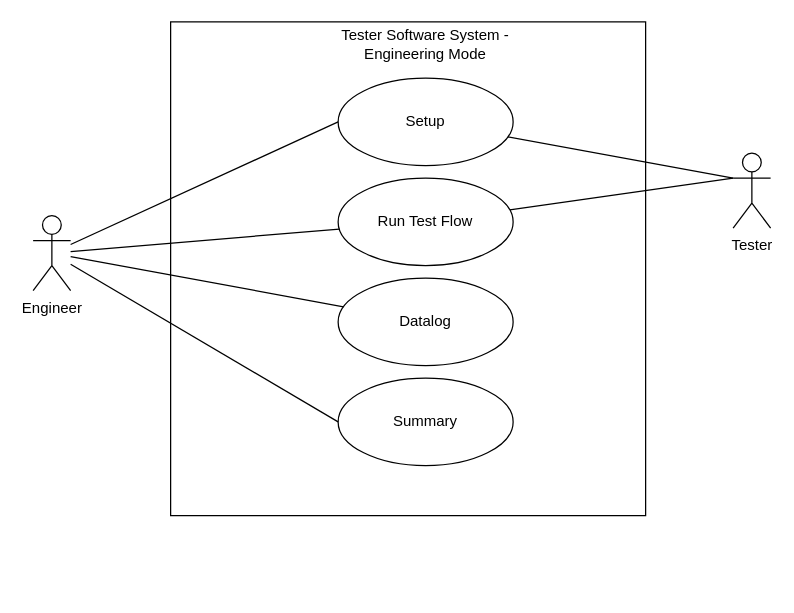
Jasson-Chou/Software-Projects keeps this draw.io diagram as page "Engineering Mode" (15 of 19) of SG9KG5/UI Design/Use Case.drawio. Above is the earlier version. Source tidied: cells renumbered, new cells numbered last; positions are measured from the earlier drawing's top-left corner, leaving out a move shared by most shapes. Both pictures are drawn from the tidied source at 125%, with x=0, y=0 at pixel (32, 21).
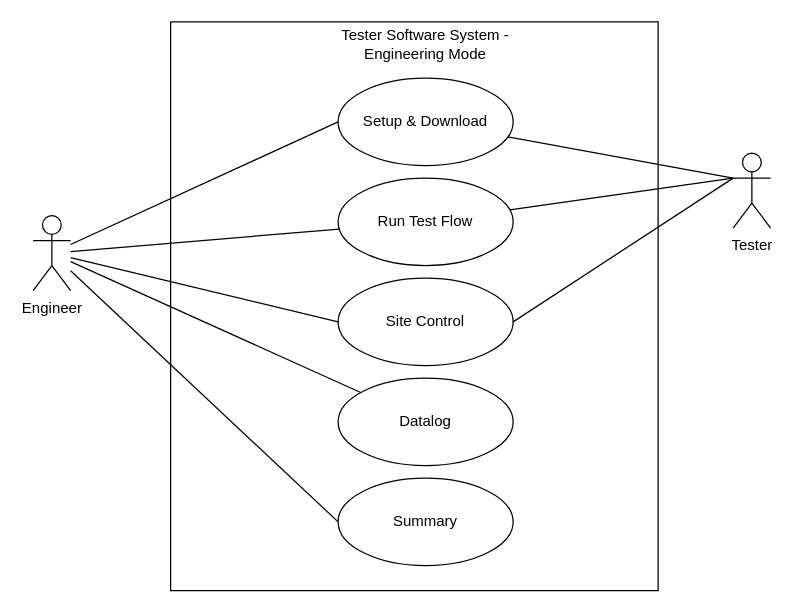
Above is the later version.

Change to the diagram source:
```diff
@@
 <mxGraphModel>
   <root>
     <mxCell id="0" />
     <mxCell id="1" parent="0" />
     <mxCell id="2" value="Engineer" style="shape=umlActor;verticalLabelPosition=bottom;verticalAlign=top;html=1;" parent="1" vertex="1">
       <mxGeometry y="155" width="30" height="60" as="geometry" />
     </mxCell>
     <mxCell id="3" style="rounded=0;whiteSpace=wrap;html=1;" parent="1" vertex="1">
-      <mxGeometry x="110" width="380" height="395" as="geometry" />
+      <mxGeometry x="110" width="390" height="455" as="geometry" />
     </mxCell>
     <mxCell id="4" value="Tester Software System - Engineering Mode" style="text;html=1;strokeColor=none;fillColor=none;align=center;verticalAlign=middle;whiteSpace=wrap;rounded=0;" parent="1" vertex="1">
       <mxGeometry x="229" y="8" width="170" height="20" as="geometry" />
     </mxCell>
     <mxCell id="5" style="rounded=0;jettySize=auto;html=1;entryX=0;entryY=0.3333333333333333;entryDx=0;entryDy=0;entryPerimeter=0;endArrow=none;endFill=0;" parent="1" edge="1" source="6" target="14">
       <mxGeometry relative="1" as="geometry" />
     </mxCell>
-    <mxCell id="6" value="Setup" style="ellipse;whiteSpace=wrap;html=1;" parent="1" vertex="1">
+    <mxCell id="6" value="Setup &amp;amp; Download" style="ellipse;whiteSpace=wrap;html=1;" parent="1" vertex="1">
       <mxGeometry x="244" y="45" width="140" height="70" as="geometry" />
     </mxCell>
     <mxCell id="7" style="rounded=0;jettySize=auto;html=1;endArrow=none;endFill=0;entryX=0;entryY=0.3333333333333333;entryDx=0;entryDy=0;entryPerimeter=0;" parent="1" edge="1" source="8" target="14">
       <mxGeometry relative="1" as="geometry" />
     </mxCell>
     <mxCell id="8" value="Run Test Flow" style="ellipse;whiteSpace=wrap;html=1;" parent="1" vertex="1">
       <mxGeometry x="244" y="125" width="140" height="70" as="geometry" />
     </mxCell>
     <mxCell id="9" value="Datalog" style="ellipse;whiteSpace=wrap;html=1;" parent="1" vertex="1">
-      <mxGeometry x="244" y="205" width="140" height="70" as="geometry" />
+      <mxGeometry x="244" y="285" width="140" height="70" as="geometry" />
     </mxCell>
     <mxCell id="10" value="Summary" style="ellipse;whiteSpace=wrap;html=1;" parent="1" vertex="1">
-      <mxGeometry x="244" y="285" width="140" height="70" as="geometry" />
+      <mxGeometry x="244" y="365" width="140" height="70" as="geometry" />
     </mxCell>
     <mxCell id="11" style="rounded=0;jettySize=auto;html=1;entryX=0;entryY=0.5;entryDx=0;entryDy=0;endArrow=none;endFill=0;" parent="1" edge="1" source="2" target="6">
       <mxGeometry relative="1" as="geometry" />
     </mxCell>
     <mxCell id="12" style="rounded=0;jettySize=auto;html=1;endArrow=none;endFill=0;" parent="1" edge="1" source="2" target="8">
       <mxGeometry relative="1" as="geometry" />
     </mxCell>
     <mxCell id="13" style="rounded=0;jettySize=auto;html=1;endArrow=none;endFill=0;" parent="1" edge="1" source="2" target="9">
       <mxGeometry relative="1" as="geometry" />
     </mxCell>
     <mxCell id="14" value="Tester" style="shape=umlActor;verticalLabelPosition=bottom;verticalAlign=top;html=1;" parent="1" vertex="1">
       <mxGeometry x="560" y="105" width="30" height="60" as="geometry" />
     </mxCell>
     <mxCell id="15" style="rounded=0;jettySize=auto;html=1;entryX=0;entryY=0.5;entryDx=0;entryDy=0;endArrow=none;endFill=0;" parent="1" edge="1" source="2" target="10">
       <mxGeometry relative="1" as="geometry" />
     </mxCell>
+    <mxCell id="16" style="edgeStyle=none;rounded=0;jettySize=auto;html=1;exitX=1;exitY=0.5;exitDx=0;exitDy=0;entryX=0;entryY=0.3333333333333333;entryDx=0;entryDy=0;entryPerimeter=0;endArrow=none;endFill=0;" parent="1" edge="1" source="17" target="14">
+      <mxGeometry relative="1" as="geometry" />
+    </mxCell>
+    <mxCell id="17" value="Site Control" style="ellipse;whiteSpace=wrap;html=1;" parent="1" vertex="1">
+      <mxGeometry x="244" y="205" width="140" height="70" as="geometry" />
+    </mxCell>
+    <mxCell id="18" style="rounded=0;jettySize=auto;html=1;entryX=0;entryY=0.5;entryDx=0;entryDy=0;endArrow=none;endFill=0;" parent="1" edge="1" source="2" target="17">
+      <mxGeometry relative="1" as="geometry" />
+    </mxCell>
   </root>
 </mxGraphModel>
```
